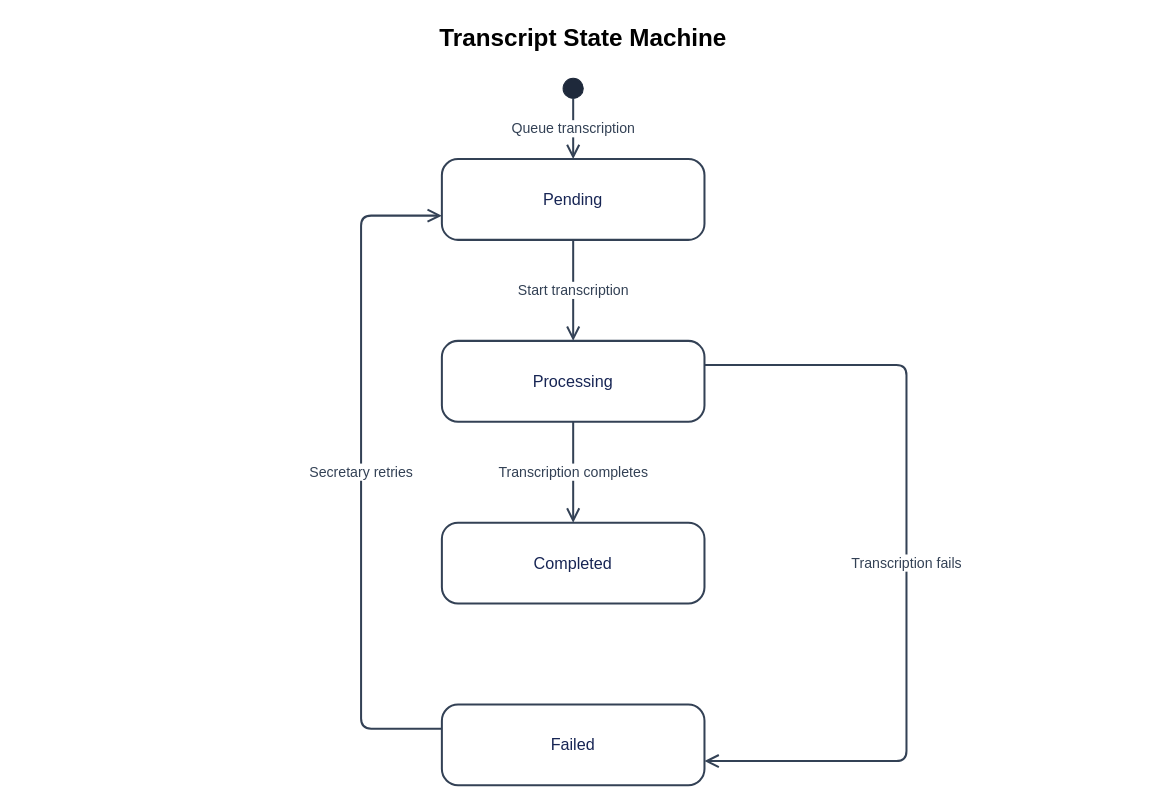
Earlier version of the draw.io diagram docs/10-statemachine/SM-11_Transcript.drawio (callmehai/FU-FA26-G116). Source tidied: cells renumbered, new cells numbered last; positions are measured from the earlier drawing's top-left corner, leaving out a move shared by most shapes. Both pictures are drawn from the tidied source at 101%, with x=0, y=0 at pixel (17, 17).
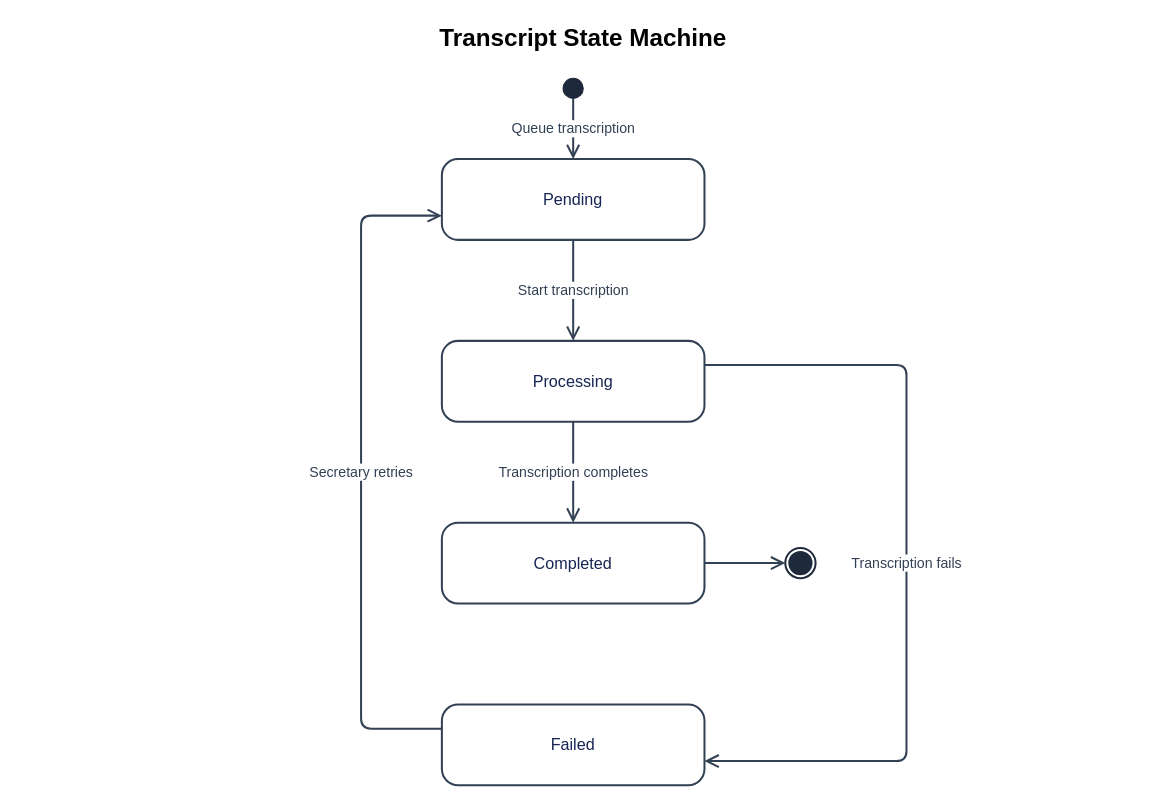
After the change.

The edit, as a diff of the source:
```diff
@@
 <mxGraphModel background="#ffffff">
   <root>
     <mxCell id="0" />
     <mxCell id="1" parent="0" />
     <mxCell id="2" value="Transcript State Machine" style="html=1;whiteSpace=wrap;fontFamily=Arial;fontSize=16;text;align=center;fontStyle=1;fontSize=24;" parent="1" vertex="1">
       <mxGeometry width="1120" height="50" as="geometry" />
     </mxCell>
     <mxCell id="3" style="html=1;whiteSpace=wrap;fontFamily=Arial;fontSize=16;ellipse;fillColor=#1e293b;strokeColor=#1e293b;" parent="1" vertex="1">
       <mxGeometry x="540" y="60" width="20" height="20" as="geometry" />
     </mxCell>
     <mxCell id="4" value="Pending" style="html=1;whiteSpace=wrap;fontFamily=Arial;fontSize=16;rounded=1;arcSize=20;fillColor=#ffffff;strokeColor=#334155;fontColor=#172554;strokeWidth=2;" parent="1" vertex="1">
       <mxGeometry x="420" y="140" width="260" height="80" as="geometry" />
     </mxCell>
     <mxCell id="5" value="Processing" style="html=1;whiteSpace=wrap;fontFamily=Arial;fontSize=16;rounded=1;arcSize=20;fillColor=#ffffff;strokeColor=#334155;fontColor=#172554;strokeWidth=2;" parent="1" vertex="1">
       <mxGeometry x="420" y="320" width="260" height="80" as="geometry" />
     </mxCell>
     <mxCell id="6" value="Completed" style="html=1;whiteSpace=wrap;fontFamily=Arial;fontSize=16;rounded=1;arcSize=20;fillColor=#ffffff;strokeColor=#334155;fontColor=#172554;strokeWidth=2;" parent="1" vertex="1">
       <mxGeometry x="420" y="500" width="260" height="80" as="geometry" />
     </mxCell>
     <mxCell id="7" value="Failed" style="html=1;whiteSpace=wrap;fontFamily=Arial;fontSize=16;rounded=1;arcSize=20;fillColor=#ffffff;strokeColor=#334155;fontColor=#172554;strokeWidth=2;" parent="1" vertex="1">
       <mxGeometry x="420" y="680" width="260" height="80" as="geometry" />
     </mxCell>
     <mxCell id="8" value="Queue transcription" style="edgeStyle=orthogonalEdgeStyle;rounded=1;jettySize=auto;html=1;endArrow=open;endSize=10;strokeWidth=2;strokeColor=#334155;fontColor=#334155;fontFamily=Arial;fontSize=14;labelBackgroundColor=#ffffff;exitX=0.5;exitY=1;entryX=0.5;entryY=0;" parent="1" edge="1" source="3" target="4">
       <mxGeometry relative="1" as="geometry" />
     </mxCell>
     <mxCell id="9" value="Start transcription" style="edgeStyle=orthogonalEdgeStyle;rounded=1;jettySize=auto;html=1;endArrow=open;endSize=10;strokeWidth=2;strokeColor=#334155;fontColor=#334155;fontFamily=Arial;fontSize=14;labelBackgroundColor=#ffffff;exitX=0.5;exitY=1;entryX=0.5;entryY=0;" parent="1" edge="1" source="4" target="5">
       <mxGeometry relative="1" as="geometry" />
     </mxCell>
     <mxCell id="10" value="Transcription completes" style="edgeStyle=orthogonalEdgeStyle;rounded=1;jettySize=auto;html=1;endArrow=open;endSize=10;strokeWidth=2;strokeColor=#334155;fontColor=#334155;fontFamily=Arial;fontSize=14;labelBackgroundColor=#ffffff;exitX=0.5;exitY=1;entryX=0.5;entryY=0;" parent="1" edge="1" source="5" target="6">
       <mxGeometry relative="1" as="geometry" />
     </mxCell>
     <mxCell id="11" value="Transcription fails" style="edgeStyle=orthogonalEdgeStyle;rounded=1;jettySize=auto;html=1;endArrow=open;endSize=10;strokeWidth=2;strokeColor=#334155;fontColor=#334155;fontFamily=Arial;fontSize=14;labelBackgroundColor=#ffffff;exitX=1;exitY=0.3;entryX=1;entryY=0.7;" parent="1" edge="1" source="5" target="7">
       <mxGeometry relative="1" as="geometry">
         <Array as="points">
           <mxPoint x="880" y="344" />
           <mxPoint x="880" y="736" />
         </Array>
       </mxGeometry>
     </mxCell>
     <mxCell id="12" value="Secretary retries" style="edgeStyle=orthogonalEdgeStyle;rounded=1;jettySize=auto;html=1;endArrow=open;endSize=10;strokeWidth=2;strokeColor=#334155;fontColor=#334155;fontFamily=Arial;fontSize=14;labelBackgroundColor=#ffffff;exitX=0;exitY=0.3;entryX=0;entryY=0.7;" parent="1" edge="1" source="7" target="4">
       <mxGeometry relative="1" as="geometry">
         <Array as="points">
           <mxPoint x="340" y="704" />
           <mxPoint x="340" y="196" />
         </Array>
       </mxGeometry>
     </mxCell>
+    <mxCell id="13" style="ellipse;html=1;shape=endState;fillColor=#1e293b;strokeColor=#1e293b;strokeWidth=2;" parent="1" vertex="1">
+      <mxGeometry x="760" y="525" width="30" height="30" as="geometry" />
+    </mxCell>
+    <mxCell id="14" style="edgeStyle=orthogonalEdgeStyle;rounded=1;jettySize=auto;html=1;endArrow=open;endSize=10;strokeWidth=2;strokeColor=#334155;exitX=1;exitY=0.5;entryX=0;entryY=0.5;" parent="1" edge="1" source="6" target="13">
+      <mxGeometry relative="1" as="geometry" />
+    </mxCell>
   </root>
 </mxGraphModel>
```
